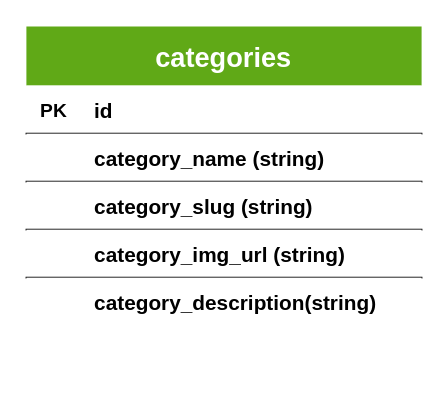
Before: all-db-design/dblog.drawio in efthakhar/d-blog, a draw.io diagram. Source tidied: cells renumbered, new cells numbered last; positions are measured from the earlier drawing's top-left corner, leaving out a move shared by most shapes. Both pictures are drawn from the tidied source at 160%, with x=0, y=0 at pixel (26, 26).
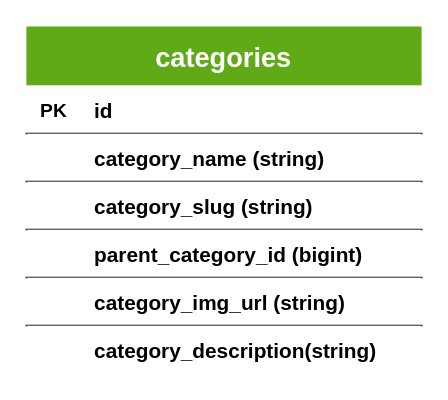
The same diagram, later.

Commit message (it also covers changes not shown here):
parent category field added to category table

What changed in the source:
```diff
@@
     <mxCell id="2" value="categories" style="shape=table;startSize=37;childLayout=tableLayout;rowLines=0;fontStyle=1;align=center;fillColor=#60a917;fontColor=#ffffff;strokeColor=none;rounded=0;swimlaneFillColor=none;fontSize=17;" parent="1" vertex="1">
-      <mxGeometry width="247" height="191" as="geometry" />
+      <mxGeometry width="247" height="221" as="geometry" />
     </mxCell>
@@
+    <mxCell id="18" style="shape=partialRectangle;top=0;left=0;bottom=1;right=0;" parent="2" vertex="1">
+      <mxGeometry y="127" width="247" height="30" as="geometry" />
+    </mxCell>
+    <mxCell id="19" style="shape=partialRectangle;fillColor=none;top=0;left=0;bottom=0;right=0;fontStyle=1;overflow=hidden;" parent="18" vertex="1">
+      <mxGeometry width="34.8" height="30" as="geometry" />
+    </mxCell>
+    <mxCell id="20" value="parent_category_id (bigint)" style="shape=partialRectangle;fillColor=none;top=0;left=0;bottom=0;right=0;align=left;spacingLeft=6;fontStyle=1;overflow=hidden;fontSize=13;strokeColor=none;" parent="18" vertex="1">
+      <mxGeometry x="34.8" width="212.2" height="30" as="geometry" />
+    </mxCell>
     <mxCell id="12" style="shape=partialRectangle;top=0;left=0;bottom=1;right=0;" parent="2" vertex="1">
-      <mxGeometry y="127" width="247" height="30" as="geometry" />
+      <mxGeometry y="157" width="247" height="30" as="geometry" />
     </mxCell>
@@
     <mxCell id="15" style="shape=partialRectangle;top=0;left=0;bottom=1;right=0;strokeColor=none;" parent="2" vertex="1">
-      <mxGeometry y="157" width="247" height="30" as="geometry" />
+      <mxGeometry y="187" width="247" height="30" as="geometry" />
     </mxCell>
```
